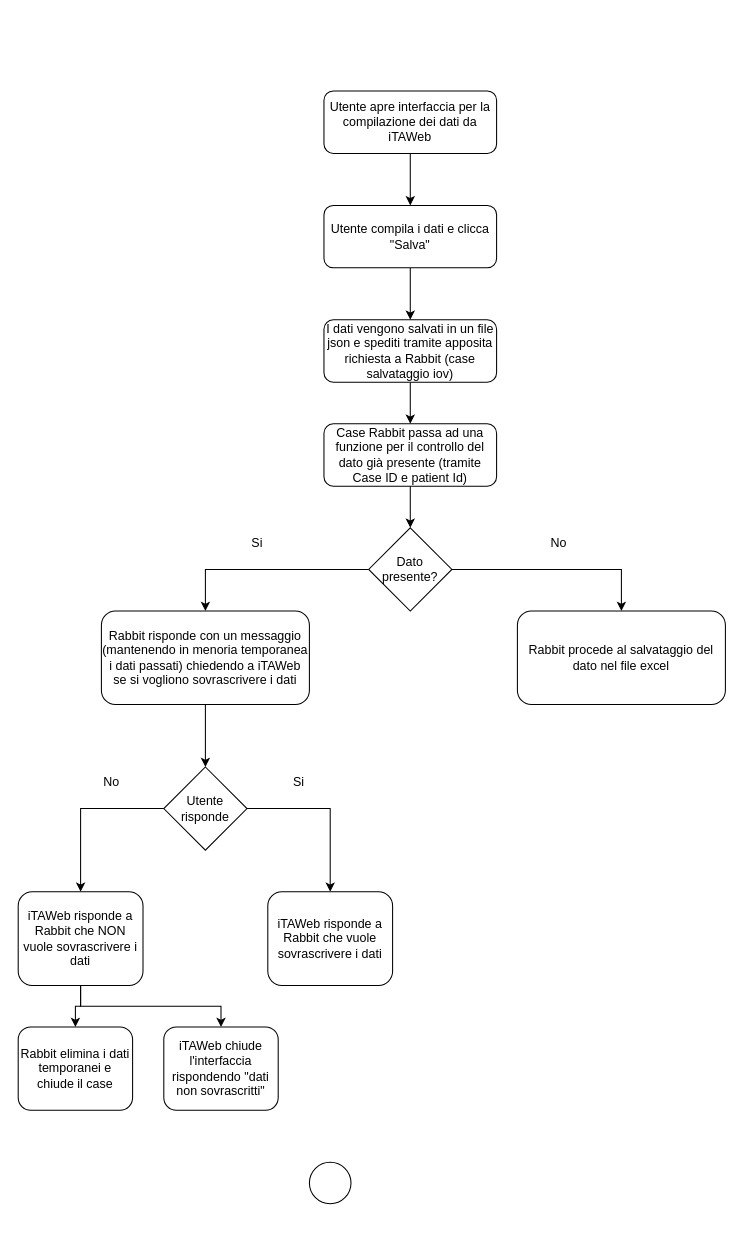
Above: page "Salvataggio dati excel" (1 of 2) of Flussi.drawio in gfiorellaTA/iTAWeb (draw.io), before the change. Source tidied: cells renumbered, new cells numbered last; positions are measured from the earlier drawing's top-left corner, leaving out a move shared by most shapes. Both pictures are drawn from the tidied source at 104%, with x=0, y=0 at pixel (18, 90).
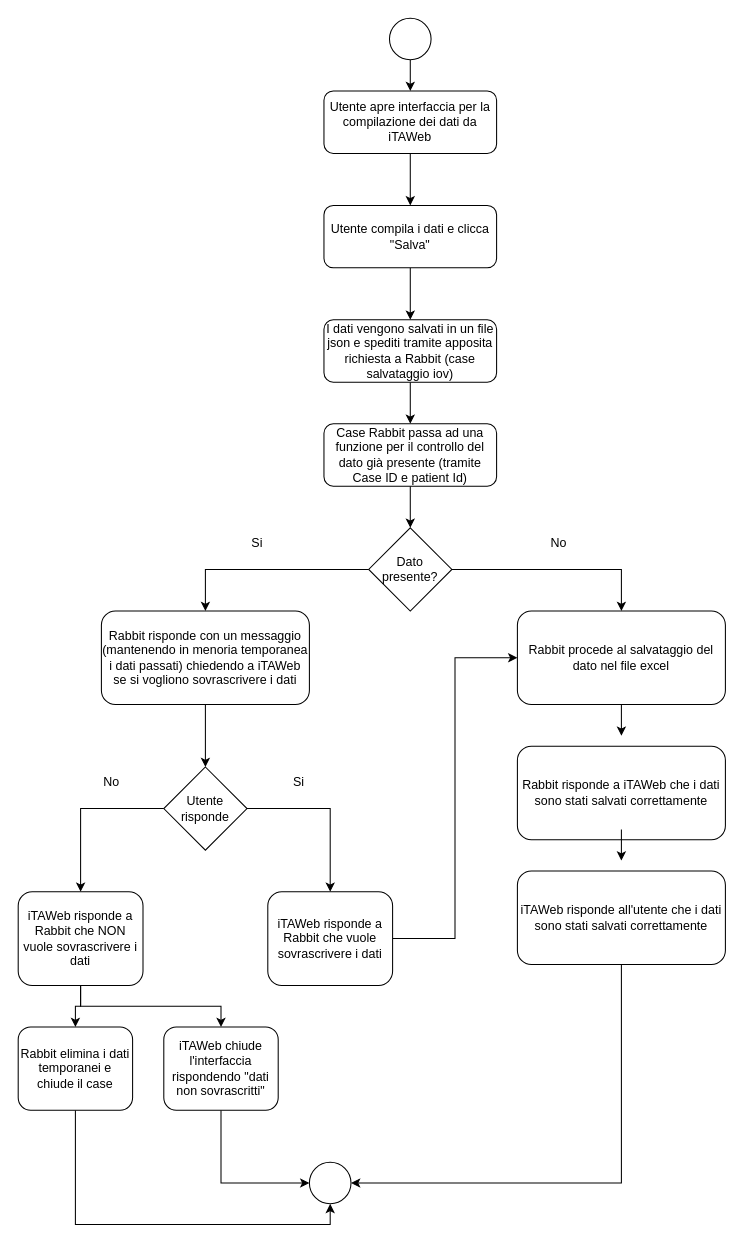
The same page after the edit.

Unchanged cells that the change refers to:
```xml
<mxCell id="3" value="Utente apre interfaccia per la compilazione dei dati da iTAWeb" style="rounded=1;whiteSpace=wrap;html=1;" parent="1" vertex="1">
  <mxGeometry x="294" width="166" height="60" as="geometry" />
</mxCell>
<mxCell id="18" value="iTAWeb risponde a Rabbit che vuole sovrascrivere i dati" style="rounded=1;whiteSpace=wrap;html=1;" parent="1" vertex="1">
  <mxGeometry x="240" y="770" width="120" height="90" as="geometry" />
</mxCell>
<mxCell id="22" value="Rabbit elimina i dati temporanei e chiude il case" style="rounded=1;whiteSpace=wrap;html=1;" parent="1" vertex="1">
  <mxGeometry y="900" width="110" height="80" as="geometry" />
</mxCell>
<mxCell id="23" value="iTAWeb chiude l'interfaccia rispondendo &quot;dati non sovrascritti&quot;" style="rounded=1;whiteSpace=wrap;html=1;" parent="1" vertex="1">
  <mxGeometry x="140" y="900" width="110" height="80" as="geometry" />
</mxCell>
<mxCell id="24" style="ellipse;whiteSpace=wrap;html=1;" parent="1" vertex="1">
  <mxGeometry x="280" y="1030" width="40" height="40" as="geometry" />
</mxCell>
<mxCell id="28" value="Rabbit procede al salvataggio del dato nel file excel" style="rounded=1;whiteSpace=wrap;html=1;" parent="1" vertex="1">
  <mxGeometry x="480" y="500" width="200" height="90" as="geometry" />
</mxCell>
```

Change to the diagram source:
```diff
@@
+    <mxCell id="30" style="edgeStyle=orthogonalEdgeStyle;rounded=0;jettySize=auto;html=1;exitX=1;exitY=0.5;exitDx=0;exitDy=0;entryX=0;entryY=0.5;entryDx=0;entryDy=0;" parent="1" edge="1" source="18" target="28">
+      <mxGeometry relative="1" as="geometry" />
+    </mxCell>
@@
+    <mxCell id="31" style="edgeStyle=orthogonalEdgeStyle;rounded=0;jettySize=auto;html=1;exitX=0.5;exitY=1;exitDx=0;exitDy=0;entryX=0.5;entryY=1;entryDx=0;entryDy=0;" parent="1" edge="1" source="22" target="24">
+      <mxGeometry relative="1" as="geometry" />
+    </mxCell>
@@
+    <mxCell id="32" style="edgeStyle=orthogonalEdgeStyle;rounded=0;jettySize=auto;html=1;exitX=0.5;exitY=1;exitDx=0;exitDy=0;entryX=0;entryY=0.5;entryDx=0;entryDy=0;" parent="1" edge="1" source="23" target="24">
+      <mxGeometry relative="1" as="geometry" />
+    </mxCell>
@@
+    <mxCell id="33" style="edgeStyle=orthogonalEdgeStyle;rounded=0;jettySize=auto;html=1;exitX=0.5;exitY=1;exitDx=0;exitDy=0;" parent="1" edge="1" source="28">
+      <mxGeometry relative="1" as="geometry">
+        <mxPoint x="580" y="620" as="targetPoint" />
+      </mxGeometry>
+    </mxCell>
@@
+    <mxCell id="34" value="Rabbit risponde a iTAWeb che i dati sono stati salvati correttamente" style="rounded=1;whiteSpace=wrap;html=1;" parent="1" vertex="1">
+      <mxGeometry x="480" y="630" width="200" height="90" as="geometry" />
+    </mxCell>
+    <mxCell id="35" style="edgeStyle=orthogonalEdgeStyle;rounded=0;orthogonalLoop=1;jettySize=auto;html=1;exitX=0.5;exitY=1;exitDx=0;exitDy=0;" parent="1" edge="1">
+      <mxGeometry relative="1" as="geometry">
+        <mxPoint x="580" y="710" as="sourcePoint" />
+        <mxPoint x="580" y="740" as="targetPoint" />
+      </mxGeometry>
+    </mxCell>
+    <mxCell id="36" style="edgeStyle=orthogonalEdgeStyle;rounded=0;jettySize=auto;html=1;entryX=1;entryY=0.5;entryDx=0;entryDy=0;exitX=0.5;exitY=1;exitDx=0;exitDy=0;" parent="1" edge="1" source="37" target="24">
+      <mxGeometry relative="1" as="geometry" />
+    </mxCell>
+    <mxCell id="37" value="iTAWeb risponde all'utente che i dati sono stati salvati correttamente" style="rounded=1;whiteSpace=wrap;html=1;" parent="1" vertex="1">
+      <mxGeometry x="480" y="750" width="200" height="90" as="geometry" />
+    </mxCell>
+    <mxCell id="38" style="edgeStyle=orthogonalEdgeStyle;rounded=0;jettySize=auto;html=1;" parent="1" edge="1" source="39" target="3">
+      <mxGeometry relative="1" as="geometry" />
+    </mxCell>
+    <mxCell id="39" style="ellipse;whiteSpace=wrap;html=1;" parent="1" vertex="1">
+      <mxGeometry x="357" y="-70" width="40" height="40" as="geometry" />
+    </mxCell>
```
